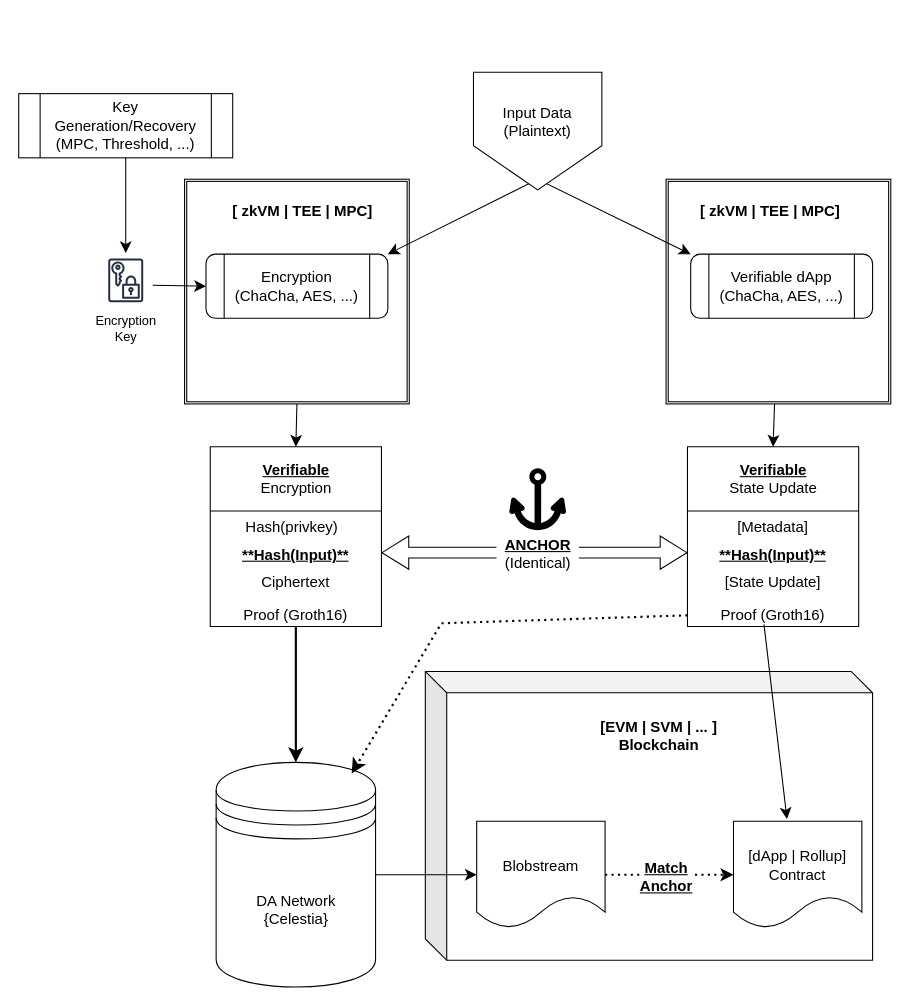
Earlier version of the draw.io diagram doc/assets/verifiable-encryption.drawio (nuke-web3/pda-proxy). Source tidied: cells renumbered, new cells numbered last; positions are measured from the earlier drawing's top-left corner, leaving out a move shared by most shapes. Both pictures are drawn from the tidied source at 107%, with x=0, y=0 at pixel (18, 72).
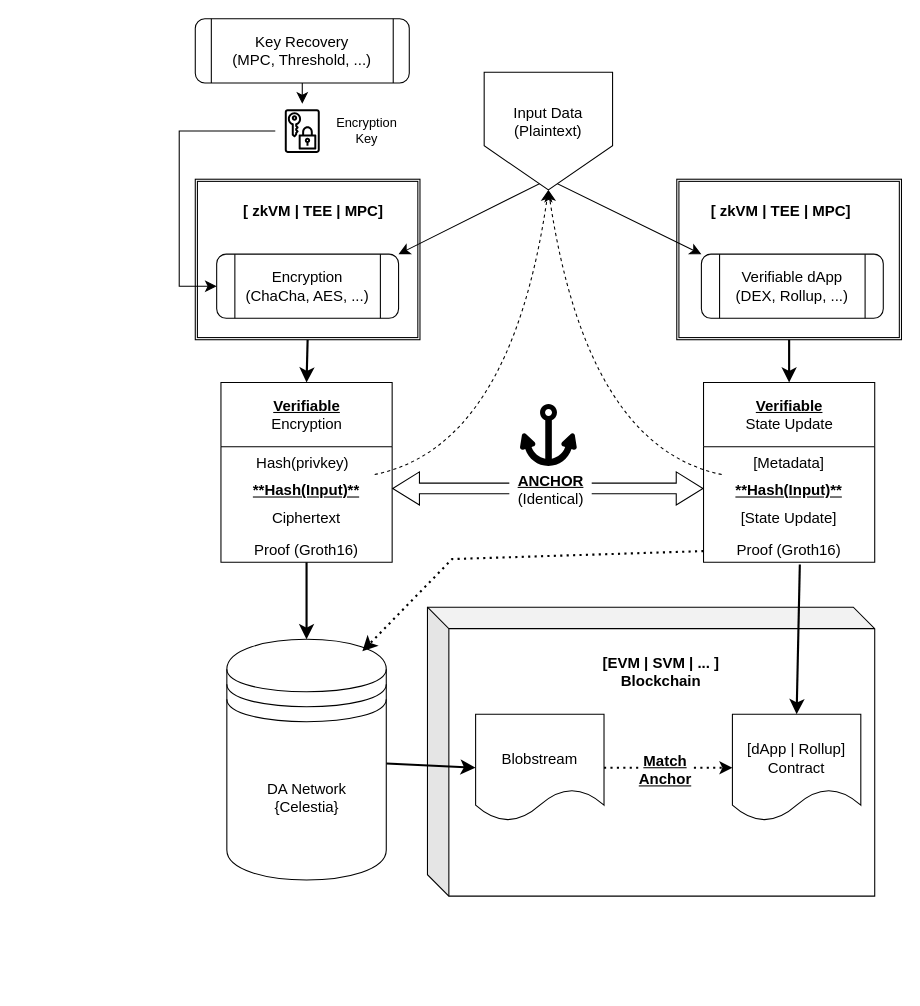
After the change.

The change refers to these unchanged cells:
```xml
<mxCell id="18" value="&lt;b&gt;&lt;u&gt;**Hash(Input)**&lt;/u&gt;&lt;/b&gt;" style="text;strokeColor=none;fillColor=none;align=center;verticalAlign=top;spacingLeft=4;spacingRight=4;overflow=hidden;points=[[0,0.5],[1,0.5]];portConstraint=eastwest;whiteSpace=wrap;html=1;fontSize=14;" parent="15" vertex="1">
  <mxGeometry y="86" width="160" height="26" as="geometry" />
</mxCell>
<mxCell id="28" value="&lt;b&gt;&lt;u&gt;**Hash(Input)**&lt;/u&gt;&lt;/b&gt;" style="text;strokeColor=none;fillColor=none;align=center;verticalAlign=top;spacingLeft=4;spacingRight=4;overflow=hidden;points=[[0,0.5],[1,0.5]];portConstraint=eastwest;whiteSpace=wrap;html=1;fontSize=14;" parent="25" vertex="1">
  <mxGeometry y="86" width="160" height="26" as="geometry" />
</mxCell>
<mxCell id="30" value="Proof (Groth16)" style="text;strokeColor=none;fillColor=none;align=center;verticalAlign=top;spacingLeft=4;spacingRight=4;overflow=hidden;points=[[0,0.5],[1,0.5]];portConstraint=eastwest;whiteSpace=wrap;html=1;fontSize=14;" parent="25" vertex="1">
  <mxGeometry y="142" width="160" height="26" as="geometry" />
</mxCell>
```

Change to the diagram source:
```diff
@@
     <mxCell id="2" style="shape=cube;double=1;whiteSpace=wrap;html=1;fontSize=14;align=center;boundedLbl=1;backgroundOutline=1;darkOpacity=0.05;darkOpacity2=0.1;" parent="1" vertex="1">
-      <mxGeometry x="380" y="560" width="418" height="270" as="geometry" />
+      <mxGeometry x="382" y="500" width="418" height="270" as="geometry" />
     </mxCell>
-    <mxCell id="3" style="edgeStyle=none;curved=1;rounded=0;jettySize=auto;html=1;entryX=0.5;entryY=0;entryDx=0;entryDy=0;fontSize=14;startSize=8;endSize=8;" parent="1" edge="1" source="4" target="25">
+    <mxCell id="3" style="edgeStyle=none;curved=1;rounded=0;jettySize=auto;html=1;entryX=0.5;entryY=0;entryDx=0;entryDy=0;fontSize=14;startSize=8;endSize=8;strokeWidth=2;" parent="1" edge="1" source="4" target="25">
       <mxGeometry relative="1" as="geometry" />
     </mxCell>
     <mxCell id="4" style="shape=ext;double=1;whiteSpace=wrap;html=1;fontSize=14;align=center;" parent="1" vertex="1">
-      <mxGeometry x="605" y="100" width="210" height="210" as="geometry" />
+      <mxGeometry x="615" y="100" width="210" height="150" as="geometry" />
     </mxCell>
-    <mxCell id="5" style="edgeStyle=none;curved=1;rounded=0;jettySize=auto;html=1;exitX=0.5;exitY=1;exitDx=0;exitDy=0;entryX=0.5;entryY=0;entryDx=0;entryDy=0;fontSize=14;startSize=8;endSize=8;" parent="1" edge="1" source="6" target="15">
+    <mxCell id="5" style="edgeStyle=none;curved=1;rounded=0;jettySize=auto;html=1;exitX=0.5;exitY=1;exitDx=0;exitDy=0;entryX=0.5;entryY=0;entryDx=0;entryDy=0;fontSize=14;startSize=8;endSize=8;strokeWidth=2;" parent="1" edge="1" source="6" target="15">
       <mxGeometry relative="1" as="geometry" />
     </mxCell>
     <mxCell id="6" style="shape=ext;double=1;whiteSpace=wrap;html=1;fontSize=14;align=center;" parent="1" vertex="1">
-      <mxGeometry x="155" y="100" width="210" height="210" as="geometry" />
+      <mxGeometry x="165" y="100" width="210" height="150" as="geometry" />
     </mxCell>
     <mxCell id="7" value="Encryption&lt;br&gt;(ChaCha, AES, ...)" style="rounded=1;whiteSpace=wrap;html=1;fontSize=14;shape=process;backgroundOutline=1;align=center;" parent="1" vertex="1">
-      <mxGeometry x="175" y="170" width="170" height="60" as="geometry" />
+      <mxGeometry x="185" y="170" width="170" height="60" as="geometry" />
     </mxCell>
-    <mxCell id="8" style="edgeStyle=none;curved=1;rounded=0;jettySize=auto;html=1;entryX=0;entryY=0.5;entryDx=0;entryDy=0;fontSize=12;startSize=8;endSize=8;" parent="1" edge="1" source="9" target="10">
+    <mxCell id="8" style="edgeStyle=none;curved=1;rounded=0;jettySize=auto;html=1;entryX=0;entryY=0.5;entryDx=0;entryDy=0;fontSize=12;startSize=8;endSize=8;strokeWidth=2;" parent="1" edge="1" source="9" target="10">
       <mxGeometry relative="1" as="geometry" />
     </mxCell>
     <mxCell id="9" value="DA Network&#10;{Celestia}" style="shape=datastore;whiteSpace=wrap;html=1;boundedLbl=1;backgroundOutline=1;size=15;fixedSize=1;fontSize=14;align=center;" parent="1" vertex="1">
-      <mxGeometry x="184.5" y="645" width="149" height="210" as="geometry" />
+      <mxGeometry x="194.5" y="530" width="149" height="225" as="geometry" />
     </mxCell>
     <mxCell id="10" value="Blobstream&lt;br&gt;&lt;div&gt;&lt;br&gt;&lt;/div&gt;" style="shape=document;whiteSpace=wrap;html=1;fontSize=14;align=center;" parent="1" vertex="1">
-      <mxGeometry x="428" y="700" width="120" height="100" as="geometry" />
+      <mxGeometry x="427" y="600" width="120" height="100" as="geometry" />
     </mxCell>
     <mxCell id="11" value="[dApp | Rollup]&lt;br&gt;Contract&lt;div&gt;&lt;br&gt;&lt;/div&gt;" style="shape=document;whiteSpace=wrap;html=1;fontSize=14;align=center;" parent="1" vertex="1">
-      <mxGeometry x="668" y="700" width="120" height="100" as="geometry" />
+      <mxGeometry x="667" y="600" width="120" height="100" as="geometry" />
     </mxCell>
@@
     <mxCell id="15" value="&lt;b&gt;&lt;u&gt;Verifiable&lt;/u&gt;&lt;/b&gt;&lt;br&gt;&lt;div&gt;Encryption&lt;/div&gt;" style="swimlane;fontStyle=0;horizontal=1;startSize=60;fillColor=none;html=1;fontSize=14;align=center;" parent="1" vertex="1">
-      <mxGeometry x="179" y="350" width="160" height="168" as="geometry" />
+      <mxGeometry x="189" y="290" width="160" height="168" as="geometry" />
     </mxCell>
@@
     <mxCell id="21" value="&lt;font&gt;[ zkVM | TEE | MPC]&lt;/font&gt;" style="text;strokeColor=none;fillColor=none;html=1;fontSize=14;fontStyle=1;verticalAlign=middle;align=center;" parent="1" vertex="1">
-      <mxGeometry x="215" y="110" width="100" height="40" as="geometry" />
+      <mxGeometry x="225" y="110" width="100" height="40" as="geometry" />
     </mxCell>
-    <mxCell id="22" value="Verifiable dApp&lt;br&gt;(ChaCha, AES, ...)" style="rounded=1;whiteSpace=wrap;html=1;fontSize=14;shape=process;backgroundOutline=1;align=center;" parent="1" vertex="1">
-      <mxGeometry x="628" y="170" width="170" height="60" as="geometry" />
+    <mxCell id="22" value="Verifiable dApp&lt;br&gt;(DEX, Rollup, ...)" style="rounded=1;whiteSpace=wrap;html=1;fontSize=14;shape=process;backgroundOutline=1;align=center;" parent="1" vertex="1">
+      <mxGeometry x="638" y="170" width="170" height="60" as="geometry" />
     </mxCell>
     <mxCell id="23" value="&lt;font&gt;[ zkVM | TEE | MPC]&lt;/font&gt;" style="text;strokeColor=none;fillColor=none;html=1;fontSize=14;fontStyle=1;verticalAlign=middle;align=center;" parent="1" vertex="1">
-      <mxGeometry x="651.5" y="110" width="100" height="40" as="geometry" />
+      <mxGeometry x="661.5" y="110" width="100" height="40" as="geometry" />
     </mxCell>
     <mxCell id="24" style="edgeStyle=none;curved=1;rounded=0;orthogonalLoop=1;jettySize=auto;html=1;exitX=0.5;exitY=1;exitDx=0;exitDy=0;fontSize=14;startSize=8;endSize=8;align=center;" parent="1" edge="1">
       <mxGeometry relative="1" as="geometry">
-        <mxPoint x="260" y="330" as="sourcePoint" />
-        <mxPoint x="260" y="330" as="targetPoint" />
+        <mxPoint x="270" y="270" as="sourcePoint" />
+        <mxPoint x="270" y="270" as="targetPoint" />
       </mxGeometry>
     </mxCell>
     <mxCell id="25" value="&lt;b&gt;&lt;u&gt;Verifiable&lt;/u&gt;&lt;/b&gt;&lt;br&gt;State Update" style="swimlane;fontStyle=0;horizontal=1;startSize=60;fillColor=none;html=1;fontSize=14;align=center;" parent="1" vertex="1">
-      <mxGeometry x="625" y="350" width="160" height="168" as="geometry" />
+      <mxGeometry x="640" y="290" width="160" height="168" as="geometry" />
     </mxCell>
@@
     <mxCell id="33" value="&lt;div&gt;[EVM | SVM | ... ] &lt;br&gt;Blockchain&lt;/div&gt;" style="text;strokeColor=none;fillColor=none;html=1;fontSize=14;fontStyle=1;verticalAlign=middle;align=center;" parent="1" vertex="1">
-      <mxGeometry x="548" y="600" width="100" height="40" as="geometry" />
+      <mxGeometry x="550" y="540" width="100" height="40" as="geometry" />
     </mxCell>
     <mxCell id="34" style="endArrow=classic;startArrow=classic;html=1;rounded=0;fontSize=14;startSize=8;endSize=8;curved=0;exitX=1;exitY=0;exitDx=0;exitDy=0;entryX=0;entryY=0;entryDx=0;entryDy=0;" parent="1" edge="1" source="7" target="22">
       <mxGeometry relative="1" as="geometry">
         <Array as="points">
-          <mxPoint x="485" y="100" />
+          <mxPoint x="495" y="100" />
         </Array>
       </mxGeometry>
     </mxCell>
     <mxCell id="35" value="Input Data&lt;br&gt;(Plaintext)&lt;div&gt;&lt;br&gt;&lt;/div&gt;" style="shape=offPageConnector;whiteSpace=wrap;html=1;backgroundOutline=1;darkOpacity=0.05;boundedLbl=1;fontSize=14;align=center;" parent="1" vertex="1">
-      <mxGeometry x="425" width="120" height="110" as="geometry" />
+      <mxGeometry x="435" width="120" height="110" as="geometry" />
     </mxCell>
     <mxCell id="36" style="edgeStyle=none;curved=0;rounded=0;jettySize=auto;html=1;entryX=0.85;entryY=0.05;entryDx=0;entryDy=0;entryPerimeter=0;fontSize=14;startSize=8;endSize=8;dashed=1;dashPattern=1 2;strokeWidth=2;" parent="1" edge="1" source="30" target="9">
       <mxGeometry relative="1" as="geometry">
         <Array as="points">
-          <mxPoint x="395" y="515" />
+          <mxPoint x="405" y="455" />
         </Array>
       </mxGeometry>
     </mxCell>
-    <mxCell id="37" style="edgeStyle=none;curved=1;rounded=0;orthogonalLoop=1;jettySize=auto;html=1;entryX=0.5;entryY=0;entryDx=0;entryDy=0;fontSize=14;startSize=8;endSize=8;" parent="1" edge="1">
+    <mxCell id="37" style="edgeStyle=none;curved=1;rounded=0;jettySize=auto;html=1;fontSize=14;startSize=8;endSize=8;entryX=0.5;entryY=0;entryDx=0;entryDy=0;strokeWidth=2;" parent="1" edge="1" target="11">
       <mxGeometry relative="1" as="geometry">
-        <mxPoint x="696.5" y="516" as="sourcePoint" />
-        <mxPoint x="718" y="698" as="targetPoint" />
+        <mxPoint x="730" y="460" as="sourcePoint" />
       </mxGeometry>
     </mxCell>
-    <mxCell id="38" value="Key Generation/Recovery&lt;br&gt;(MPC, Threshold, ...)" style="shape=process;whiteSpace=wrap;html=1;backgroundOutline=1;fontSize=14;" parent="1" vertex="1">
-      <mxGeometry y="20" width="200" height="60" as="geometry" />
+    <mxCell id="38" value="Key Recovery&lt;br&gt;(MPC, Threshold, ...)" style="shape=process;whiteSpace=wrap;html=1;backgroundOutline=1;fontSize=14;size=0.075;rounded=1;" parent="1" vertex="1">
+      <mxGeometry x="165" y="-50" width="200" height="60" as="geometry" />
     </mxCell>
-    <mxCell id="39" style="edgeStyle=none;curved=1;rounded=0;jettySize=auto;html=1;exitX=1;exitY=0.59;exitDx=0;exitDy=0;exitPerimeter=0;entryX=0;entryY=0.5;entryDx=0;entryDy=0;fontSize=14;startSize=8;endSize=8;" parent="1" edge="1" source="40" target="7">
-      <mxGeometry relative="1" as="geometry" />
+    <mxCell id="39" style="edgeStyle=none;curved=0;rounded=0;jettySize=auto;html=1;entryX=0;entryY=0.5;entryDx=0;entryDy=0;fontSize=14;startSize=8;endSize=8;" parent="1" edge="1" source="40" target="7">
+      <mxGeometry relative="1" as="geometry">
+        <Array as="points">
+          <mxPoint x="150" y="55" />
+          <mxPoint x="150" y="200" />
+        </Array>
+      </mxGeometry>
     </mxCell>
-    <mxCell id="40" style="verticalLabelPosition=bottom;html=1;verticalAlign=top;align=center;shape=mxgraph.aws4.resourceIcon;sketch=0;outlineConnect=0;fontColor=#232F3E;gradientColor=none;strokeColor=#232F3E;fillColor=#ffffff;dashed=0;fontStyle=0;resIcon=mxgraph.aws4.data_encryption_key;fontSize=14;" parent="1" vertex="1">
-      <mxGeometry x="75" y="169" width="50" height="51" as="geometry" />
+    <mxCell id="40" style="verticalLabelPosition=bottom;html=1;verticalAlign=top;align=center;shape=mxgraph.aws4.resourceIcon;sketch=0;outlineConnect=0;fontColor=#232F3E;gradientColor=none;strokeColor=default;fillColor=#ffffff;dashed=0;fontStyle=0;resIcon=mxgraph.aws4.data_encryption_key;fontSize=14;" parent="1" vertex="1">
+      <mxGeometry x="240" y="29.5" width="50" height="51" as="geometry" />
     </mxCell>
@@
     <mxCell id="42" value="Encryption&lt;br&gt;&lt;div&gt;Key&lt;/div&gt;" style="text;html=1;align=center;verticalAlign=middle;strokeColor=none;fillColor=none;fontSize=12;" parent="1" vertex="1">
-      <mxGeometry x="60" y="220" width="80" height="40" as="geometry" />
+      <mxGeometry x="285" y="35" width="80" height="40" as="geometry" />
     </mxCell>
     <mxCell id="43" style="shape=mxgraph.signs.transportation.anchor_1;html=1;fillColor=#000000;strokeColor=none;verticalLabelPosition=bottom;verticalAlign=top;align=center;" parent="1" vertex="1">
-      <mxGeometry x="458.5" y="370" width="53" height="58" as="geometry" />
+      <mxGeometry x="468.5" y="310" width="53" height="58" as="geometry" />
     </mxCell>
+    <mxCell id="44" style="edgeStyle=none;curved=1;rounded=0;jettySize=auto;html=1;entryX=0.5;entryY=1;entryDx=0;entryDy=0;fontSize=12;startSize=8;endSize=8;dashed=1;" parent="1" edge="1" source="18" target="35">
+      <mxGeometry relative="1" as="geometry">
+        <Array as="points">
+          <mxPoint x="460" y="350" />
+        </Array>
+      </mxGeometry>
+    </mxCell>
+    <mxCell id="45" style="edgeStyle=none;curved=1;rounded=0;jettySize=auto;html=1;entryX=0.5;entryY=1;entryDx=0;entryDy=0;fontSize=12;startSize=8;endSize=8;dashed=1;" parent="1" edge="1" source="28" target="35">
+      <mxGeometry relative="1" as="geometry">
+        <Array as="points">
+          <mxPoint x="531" y="350" />
+        </Array>
+      </mxGeometry>
+    </mxCell>
```
